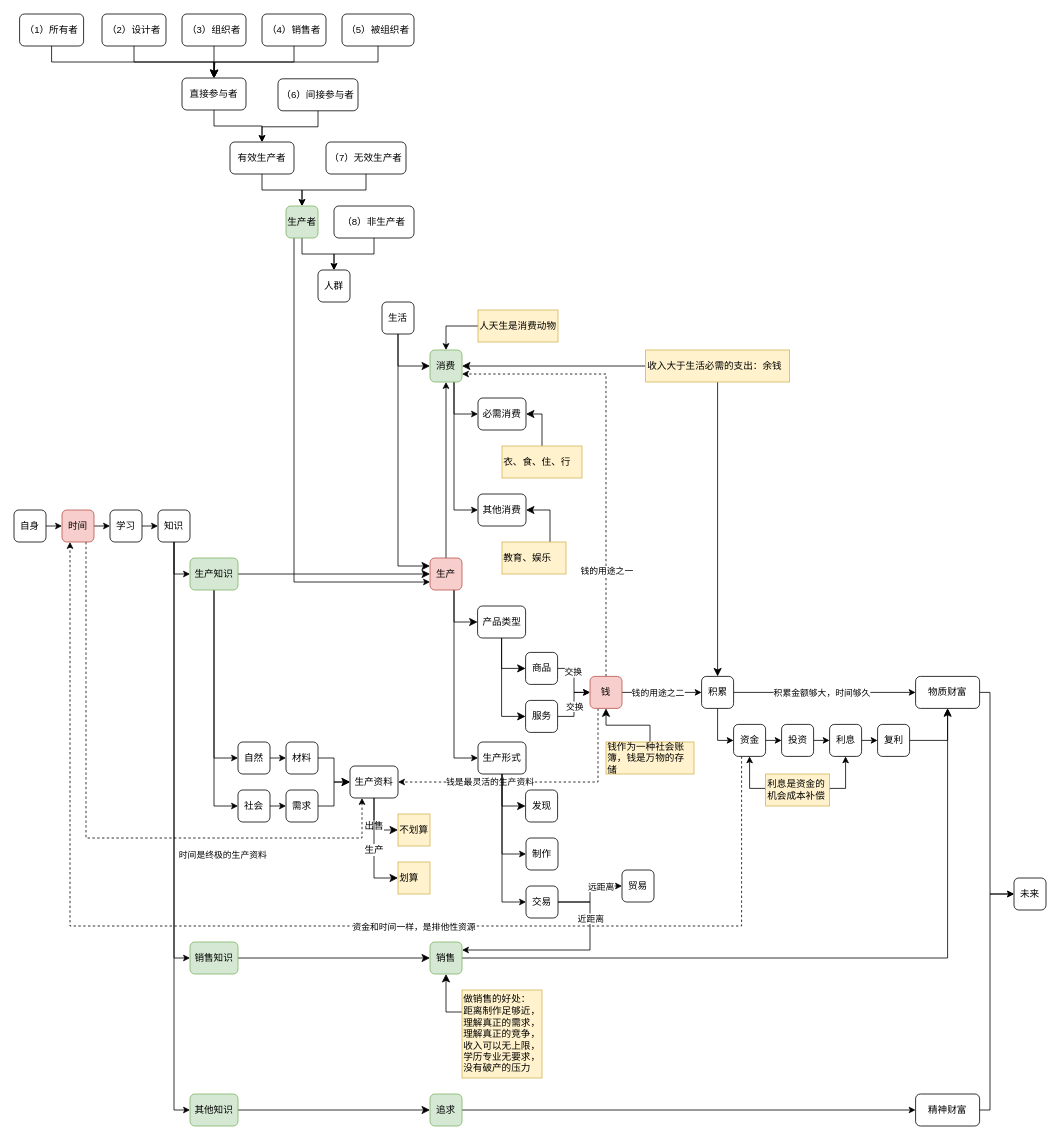
The draw.io diagram 财富的真相.drawio in yanhanfrontend/draw.io.workspace, before the edit. Source tidied: cells renumbered, new cells numbered last; positions are measured from the earlier drawing's top-left corner, leaving out a move shared by most shapes. Both pictures are drawn from the tidied source at 80%, with x=0, y=0 at pixel (14, 14).
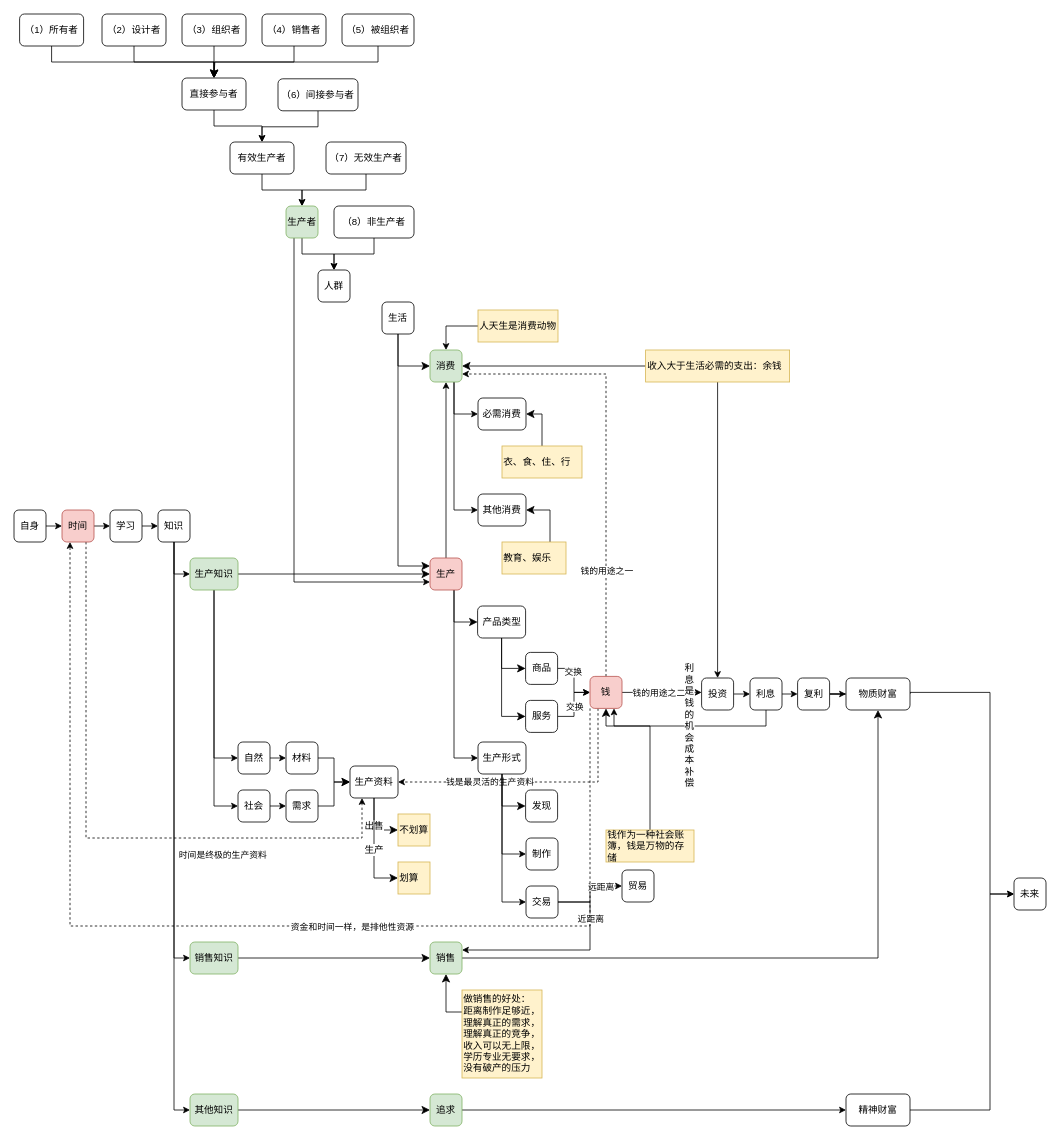
After the change.

Commit message (it also covers changes not shown here):
更新财富的真相.drawio

The change refers to these unchanged cells:
```xml
<mxCell id="28" value="钱" style="rounded=1;whiteSpace=wrap;html=1;fillColor=#f8cecc;strokeColor=#b85450;" parent="1" vertex="1">
  <mxGeometry x="720" y="828" width="40" height="40" as="geometry" />
</mxCell>
<mxCell id="33" value="收入大于生活必需的支出：余钱" style="text;html=1;align=left;verticalAlign=middle;whiteSpace=wrap;rounded=0;fillColor=#fff2cc;strokeColor=#d6b656;" parent="1" vertex="1">
  <mxGeometry x="789.5" y="420" width="180" height="40" as="geometry" />
</mxCell>
<mxCell id="46" value="时间" style="rounded=1;whiteSpace=wrap;html=1;fillColor=#f8cecc;strokeColor=#b85450;" parent="1" vertex="1">
  <mxGeometry x="60" y="620" width="40" height="40" as="geometry" />
</mxCell>
```

The edit, as a diff of the source:
```diff
@@
-    <mxCell id="20" style="edgeStyle=orthogonalEdgeStyle;rounded=0;jettySize=auto;html=1;exitX=1;exitY=0.5;exitDx=0;exitDy=0;entryX=0;entryY=0.5;entryDx=0;entryDy=0;" parent="1" edge="1" source="35" target="30">
-      <mxGeometry relative="1" as="geometry" />
-    </mxCell>
-    <mxCell id="21" value="积累金额够大，时间够久" style="edgeLabel;html=1;align=center;verticalAlign=middle;" parent="20" vertex="1">
-      <mxGeometry x="-0.17" y="-5" relative="1" as="geometry">
-        <mxPoint x="16" y="-5" as="offset" />
-      </mxGeometry>
-    </mxCell>
-    <mxCell id="22" style="edgeStyle=orthogonalEdgeStyle;rounded=0;jettySize=auto;html=1;exitX=1;exitY=0.5;exitDx=0;exitDy=0;entryX=0;entryY=0.5;entryDx=0;entryDy=0;" parent="1" edge="1" source="28" target="35">
-      <mxGeometry relative="1" as="geometry" />
+    <mxCell id="22" style="edgeStyle=orthogonalEdgeStyle;rounded=0;jettySize=auto;html=1;exitX=1;exitY=0.5;exitDx=0;exitDy=0;entryX=0;entryY=0.5;entryDx=0;entryDy=0;" parent="1" edge="1" source="28">
+      <mxGeometry relative="1" as="geometry">
+        <mxPoint x="859.5" y="848" as="targetPoint" />
+      </mxGeometry>
     </mxCell>
@@
     <mxCell id="30" value="物质财富" style="rounded=1;whiteSpace=wrap;html=1;" parent="1" vertex="1">
-      <mxGeometry x="1127" y="828" width="80" height="40" as="geometry" />
+      <mxGeometry x="1040" y="830" width="80" height="40" as="geometry" />
     </mxCell>
-    <mxCell id="31" style="edgeStyle=orthogonalEdgeStyle;shape=connector;rounded=0;jettySize=auto;html=1;exitX=0.5;exitY=1;exitDx=0;exitDy=0;entryX=0.5;entryY=0;entryDx=0;entryDy=0;strokeColor=default;align=center;verticalAlign=middle;fontFamily=Helvetica;fontSize=12;fontColor=default;labelBackgroundColor=default;startSize=8;endArrow=classic;endSize=8;" parent="1" edge="1" source="33" target="35">
-      <mxGeometry relative="1" as="geometry" />
-    </mxCell>
@@
+    <mxCell id="138" style="edgeStyle=orthogonalEdgeStyle;rounded=0;jettySize=auto;html=1;exitX=0.5;exitY=1;exitDx=0;exitDy=0;entryX=0.5;entryY=0;entryDx=0;entryDy=0;" parent="1" edge="1" source="33" target="116">
+      <mxGeometry relative="1" as="geometry" />
+    </mxCell>
@@
-    <mxCell id="34" style="edgeStyle=orthogonalEdgeStyle;rounded=0;jettySize=auto;html=1;exitX=0.5;exitY=1;exitDx=0;exitDy=0;entryX=0;entryY=0.5;entryDx=0;entryDy=0;" parent="1" edge="1" source="35" target="114">
-      <mxGeometry relative="1" as="geometry">
-        <Array as="points">
-          <mxPoint x="879.5" y="908" />
-        </Array>
-      </mxGeometry>
-    </mxCell>
-    <mxCell id="35" value="积累" style="rounded=1;whiteSpace=wrap;html=1;" parent="1" vertex="1">
-      <mxGeometry x="859.5" y="828" width="40" height="40" as="geometry" />
-    </mxCell>
@@
     <mxCell id="103" value="精神财富" style="rounded=1;whiteSpace=wrap;html=1;" parent="1" vertex="1">
-      <mxGeometry x="1127" y="1350" width="80" height="40" as="geometry" />
+      <mxGeometry x="1040" y="1350" width="80" height="40" as="geometry" />
     </mxCell>
@@
     <mxCell id="109" style="edgeStyle=orthogonalEdgeStyle;shape=connector;rounded=0;jettySize=auto;html=1;strokeColor=default;align=center;verticalAlign=middle;fontFamily=Helvetica;fontSize=12;fontColor=default;labelBackgroundColor=default;startSize=8;endArrow=classic;endSize=8;" parent="1" edge="1" source="110" target="28">
-      <mxGeometry relative="1" as="geometry" />
+      <mxGeometry relative="1" as="geometry">
+        <Array as="points">
+          <mxPoint x="795" y="890" />
+          <mxPoint x="740" y="890" />
+        </Array>
+      </mxGeometry>
     </mxCell>
     <mxCell id="110" value="钱作为一种社会账簿，&lt;span style=&quot;&quot;&gt;钱是万物的存储&lt;/span&gt;" style="text;html=1;align=left;verticalAlign=middle;whiteSpace=wrap;rounded=0;fillColor=#fff2cc;strokeColor=#d6b656;" parent="1" vertex="1">
-      <mxGeometry x="740" y="910" width="110" height="40" as="geometry" />
+      <mxGeometry x="740" y="1020" width="110" height="40" as="geometry" />
     </mxCell>
-    <mxCell id="111" style="edgeStyle=orthogonalEdgeStyle;rounded=0;jettySize=auto;html=1;exitX=0.25;exitY=1;exitDx=0;exitDy=0;entryX=0.25;entryY=1;entryDx=0;entryDy=0;dashed=1;" parent="1" edge="1" source="114" target="46">
+    <mxCell id="111" style="edgeStyle=orthogonalEdgeStyle;rounded=0;jettySize=auto;html=1;exitX=0;exitY=1;exitDx=0;exitDy=0;entryX=0.25;entryY=1;entryDx=0;entryDy=0;dashed=1;" parent="1" edge="1" source="28" target="46">
       <mxGeometry relative="1" as="geometry">
         <Array as="points">
-          <mxPoint x="910" y="1140" />
+          <mxPoint x="720" y="1140" />
           <mxPoint x="70" y="1140" />
         </Array>
       </mxGeometry>
     </mxCell>
@@
-    <mxCell id="113" style="edgeStyle=orthogonalEdgeStyle;rounded=0;jettySize=auto;html=1;exitX=1;exitY=0.5;exitDx=0;exitDy=0;entryX=0;entryY=0.5;entryDx=0;entryDy=0;" parent="1" edge="1" source="114" target="116">
-      <mxGeometry relative="1" as="geometry" />
-    </mxCell>
-    <mxCell id="114" value="资金" style="rounded=1;whiteSpace=wrap;html=1;" parent="1" vertex="1">
-      <mxGeometry x="899.5" y="888" width="40" height="40" as="geometry" />
-    </mxCell>
@@
     <mxCell id="116" value="投资" style="rounded=1;whiteSpace=wrap;html=1;" parent="1" vertex="1">
-      <mxGeometry x="959.5" y="888" width="40" height="40" as="geometry" />
+      <mxGeometry x="859.5" y="830" width="40" height="40" as="geometry" />
     </mxCell>
-    <mxCell id="117" style="edgeStyle=orthogonalEdgeStyle;rounded=0;jettySize=auto;html=1;exitX=0;exitY=0.5;exitDx=0;exitDy=0;entryX=0.5;entryY=1;entryDx=0;entryDy=0;" parent="1" edge="1" source="119" target="114">
-      <mxGeometry relative="1" as="geometry">
-        <Array as="points">
-          <mxPoint x="920" y="968" />
-        </Array>
-      </mxGeometry>
-    </mxCell>
-    <mxCell id="118" style="edgeStyle=orthogonalEdgeStyle;rounded=0;jettySize=auto;html=1;exitX=1;exitY=0.5;exitDx=0;exitDy=0;entryX=0.5;entryY=1;entryDx=0;entryDy=0;" parent="1" edge="1" source="119" target="121">
-      <mxGeometry relative="1" as="geometry">
-        <Array as="points">
-          <mxPoint x="1039.5" y="968" />
-        </Array>
-      </mxGeometry>
-    </mxCell>
-    <mxCell id="119" value="利息是资金的机会成本补偿" style="text;html=1;align=left;verticalAlign=middle;whiteSpace=wrap;rounded=0;fillColor=#fff2cc;strokeColor=#d6b656;" parent="1" vertex="1">
-      <mxGeometry x="939.5" y="950" width="80" height="40" as="geometry" />
-    </mxCell>
@@
+    <mxCell id="139" value="&lt;span style=&quot;font-size: 12px; text-align: left; text-wrap-mode: wrap; background-color: rgb(251, 251, 251);&quot;&gt;利息是钱的机会成本补偿&lt;/span&gt;" style="edgeStyle=orthogonalEdgeStyle;rounded=0;jettySize=auto;html=1;exitX=0.5;exitY=1;exitDx=0;exitDy=0;entryX=0.75;entryY=1;entryDx=0;entryDy=0;" parent="1" edge="1" source="121" target="28">
+      <mxGeometry relative="1" as="geometry" />
+    </mxCell>
     <mxCell id="121" value="利息" style="rounded=1;whiteSpace=wrap;html=1;" parent="1" vertex="1">
-      <mxGeometry x="1019.5" y="888" width="40" height="40" as="geometry" />
+      <mxGeometry x="920" y="830" width="40" height="40" as="geometry" />
     </mxCell>
-    <mxCell id="122" style="edgeStyle=orthogonalEdgeStyle;rounded=0;jettySize=auto;html=1;exitX=1;exitY=0.5;exitDx=0;exitDy=0;entryX=0.5;entryY=1;entryDx=0;entryDy=0;" parent="1" edge="1" source="123" target="30">
+    <mxCell id="122" style="edgeStyle=orthogonalEdgeStyle;rounded=0;jettySize=auto;html=1;exitX=1;exitY=0.5;exitDx=0;exitDy=0;" parent="1" edge="1" source="123" target="30">
       <mxGeometry relative="1" as="geometry" />
     </mxCell>
     <mxCell id="123" value="复利" style="rounded=1;whiteSpace=wrap;html=1;" parent="1" vertex="1">
-      <mxGeometry x="1079.5" y="888" width="40" height="40" as="geometry" />
+      <mxGeometry x="979.5" y="830" width="40" height="40" as="geometry" />
     </mxCell>
```
